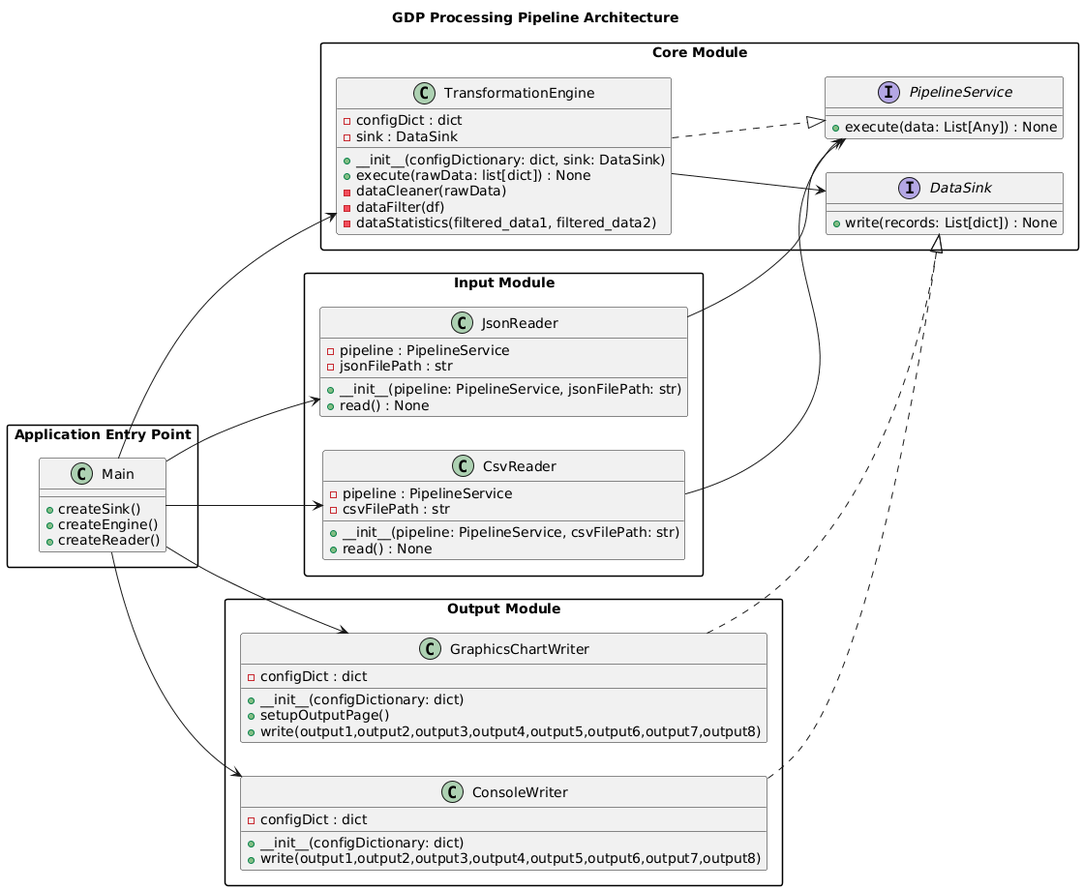
Above: project_root/data/umlGraphical.png in Laiba-Atiq/Functional-GDP-Analysis-Python (PlantUML), before the change.
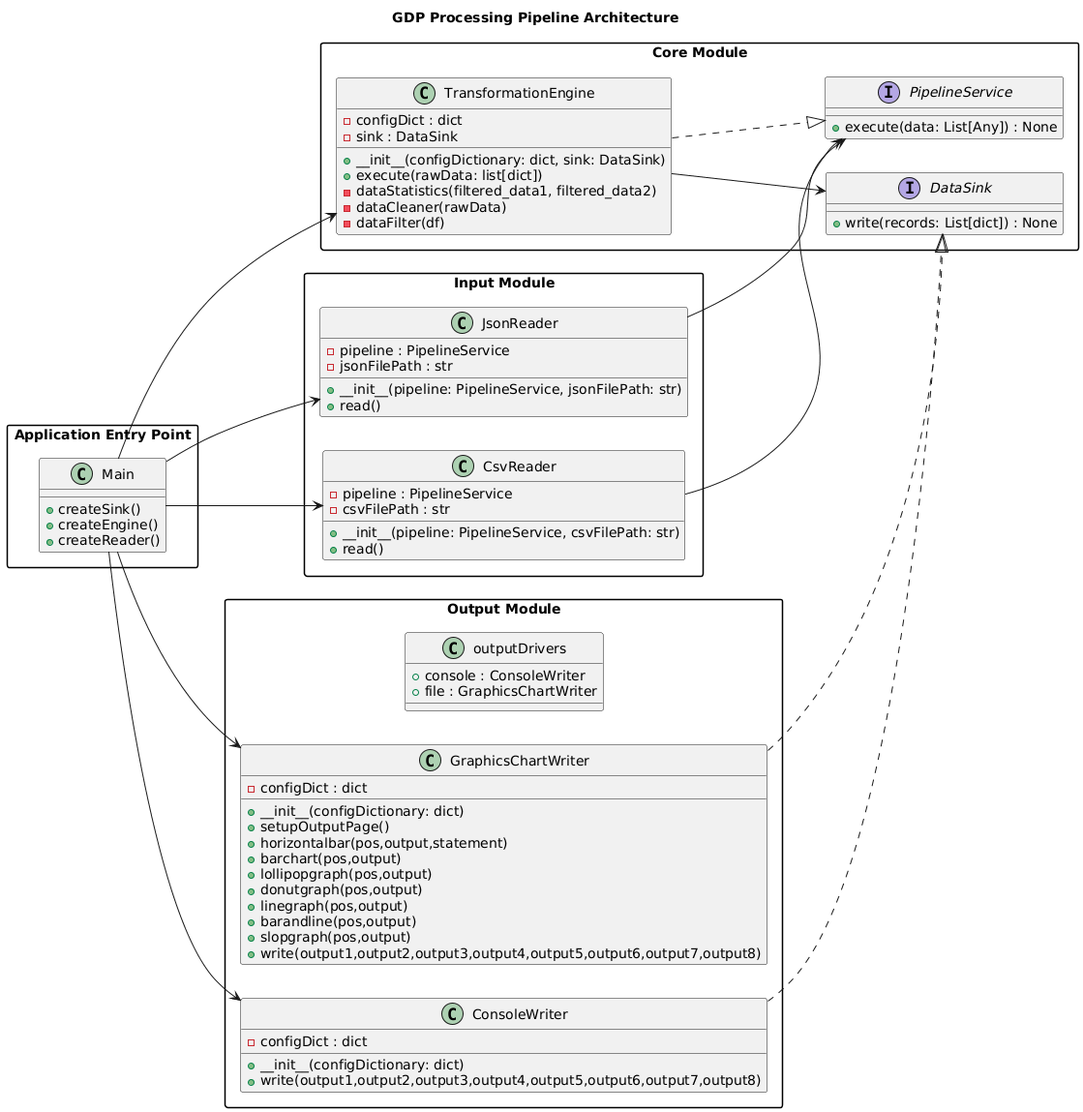
After the commit.

Commit message:
corrected uml file

Change to the diagram source:
```diff
@@ -18,10 +18,10 @@
         -configDict : dict
         -sink : DataSink
         +__init__(configDictionary: dict, sink: DataSink)
-        +execute(rawData: list[dict]) : None
+        +execute(rawData: list[dict])
+        -dataStatistics(filtered_data1, filtered_data2)
         -dataCleaner(rawData)
         -dataFilter(df)
-        -dataStatistics(filtered_data1, filtered_data2)
     }
 
     TransformationEngine ..|> PipelineService
@@ -34,14 +34,14 @@
         -pipeline : PipelineService
         -csvFilePath : str
         +__init__(pipeline: PipelineService, csvFilePath: str)
-        +read() : None
+        +read()
     }
 
     class JsonReader {
         -pipeline : PipelineService
         -jsonFilePath : str
         +__init__(pipeline: PipelineService, jsonFilePath: str)
-        +read() : None
+        +read()
     }
 
     CsvReader --> PipelineService
@@ -60,7 +60,19 @@
         -configDict : dict
         +__init__(configDictionary: dict)
         +setupOutputPage()
+        +horizontalbar(pos,output,statement)
+        +barchart(pos,output)
+        +lollipopgraph(pos,output)
+        +donutgraph(pos,output)
+        +linegraph(pos,output)
+        +barandline(pos,output)
+        +slopgraph(pos,output)
         +write(output1,output2,output3,output4,output5,output6,output7,output8)
+    }
+
+    class outputDrivers {
+        +console : ConsoleWriter
+        +file : GraphicsChartWriter
     }
 
     ConsoleWriter ..|> DataSink
```
